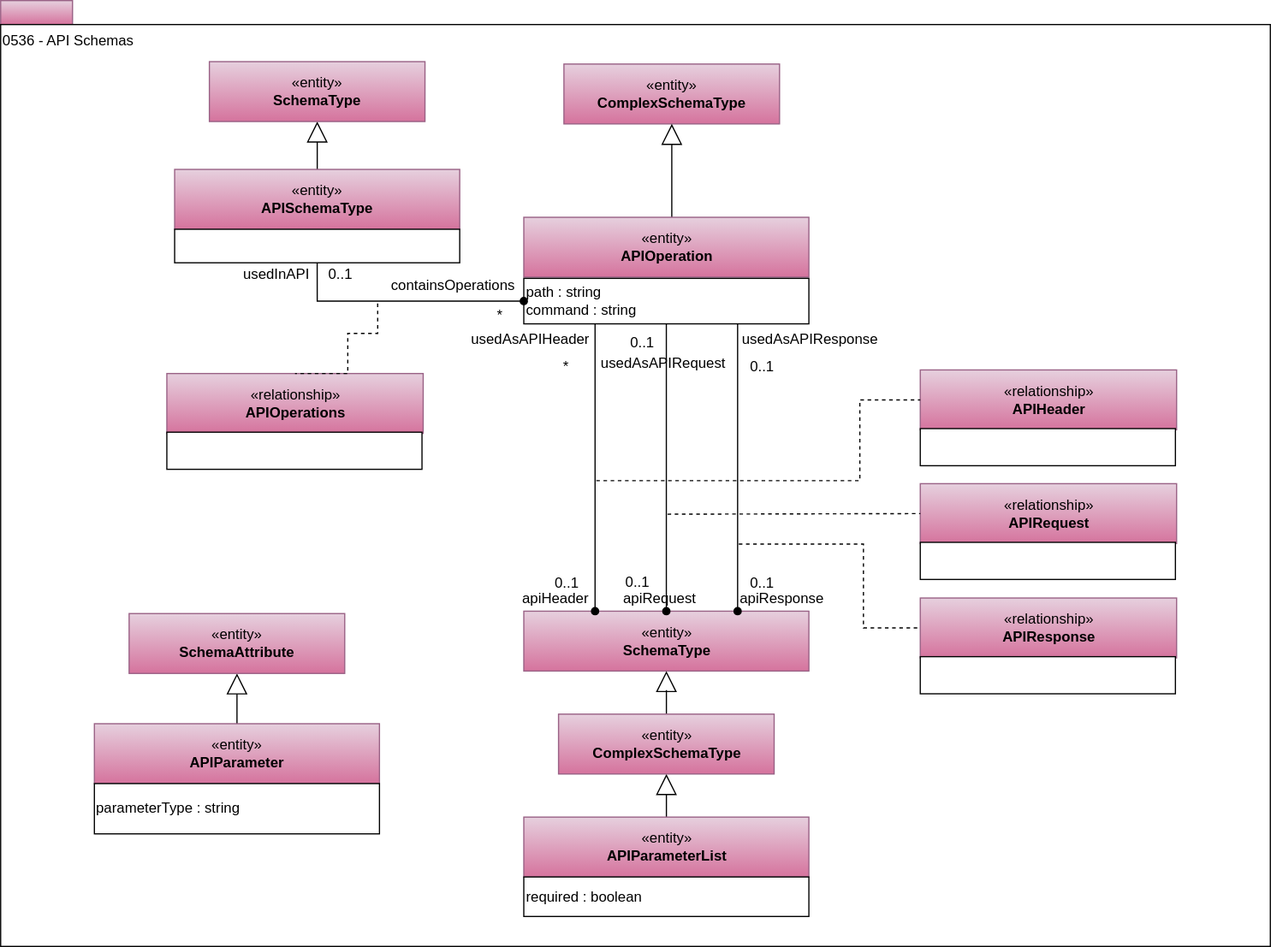
Before: site/docs/types/5/0536-API-Schemas.svg, a diagram exported from draw.io (odpi/egeria-docs). Source tidied: cells renumbered, new cells last; positions are measured from the earlier drawing's top-left corner, leaving out a move shared by most shapes.
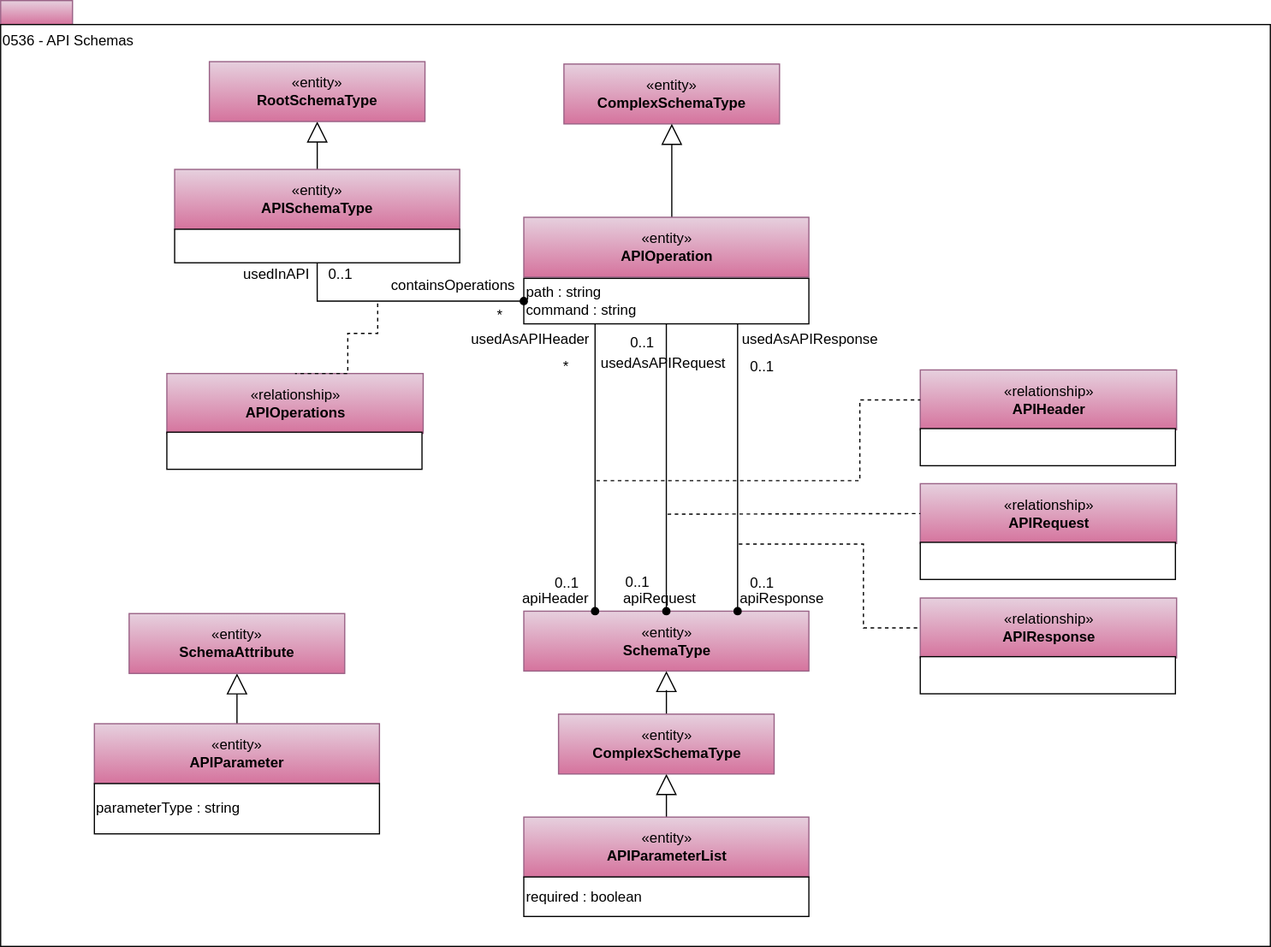
The same file after the commit.

Diff of the diagram source:
```diff
@@ -177,7 +177,7 @@
     <mxCell id="48" value="«entity»&lt;br&gt;&lt;b&gt;SchemaAttribute&lt;/b&gt;" style="html=1;strokeColor=#996185;align=center;fillColor=#e6d0de;gradientColor=#d5739d;" parent="1" vertex="1">
       <mxGeometry x="107.2" y="512" width="180" height="50" as="geometry" />
     </mxCell>
-    <mxCell id="49" value="«entity»&lt;br&gt;&lt;b&gt;SchemaType&lt;/b&gt;" style="html=1;strokeColor=#996185;align=center;fillColor=#e6d0de;gradientColor=#d5739d;" parent="1" vertex="1">
+    <mxCell id="49" value="«entity»&lt;br&gt;&lt;b&gt;RootSchemaType&lt;/b&gt;" style="html=1;strokeColor=#996185;align=center;fillColor=#e6d0de;gradientColor=#d5739d;" parent="1" vertex="1">
       <mxGeometry x="174.2" y="51" width="180" height="50" as="geometry" />
     </mxCell>
     <mxCell id="50" style="edgeStyle=orthogonalEdgeStyle;rounded=0;jettySize=auto;html=1;exitX=0.5;exitY=1;exitDx=0;exitDy=0;entryX=0;entryY=0.5;entryDx=0;entryDy=0;endArrow=oval;endFill=1;" parent="1" edge="1" source="6" target="10">
```
